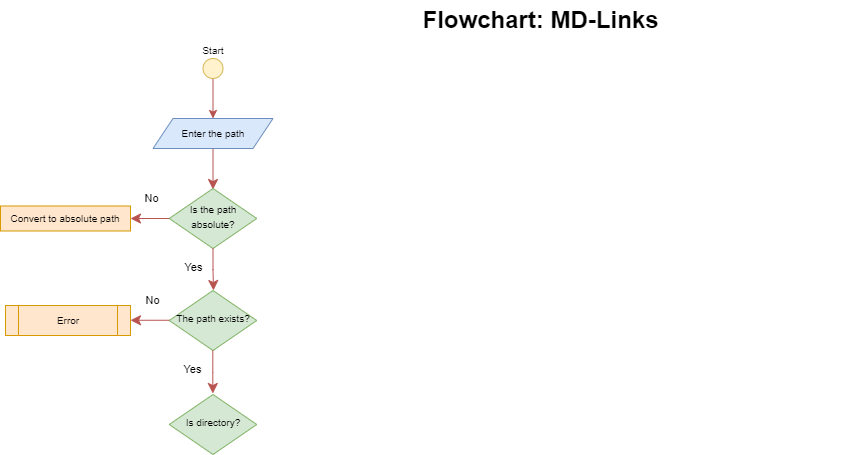
This is Diagrama_flujo_md-Links.drawio.png from arelia10/LIM017-md-links, a draw.io export, as it was before one commit. Source tidied: cells renumbered, new cells last; positions are measured from the earlier drawing's top-left corner, leaving out a move shared by most shapes.
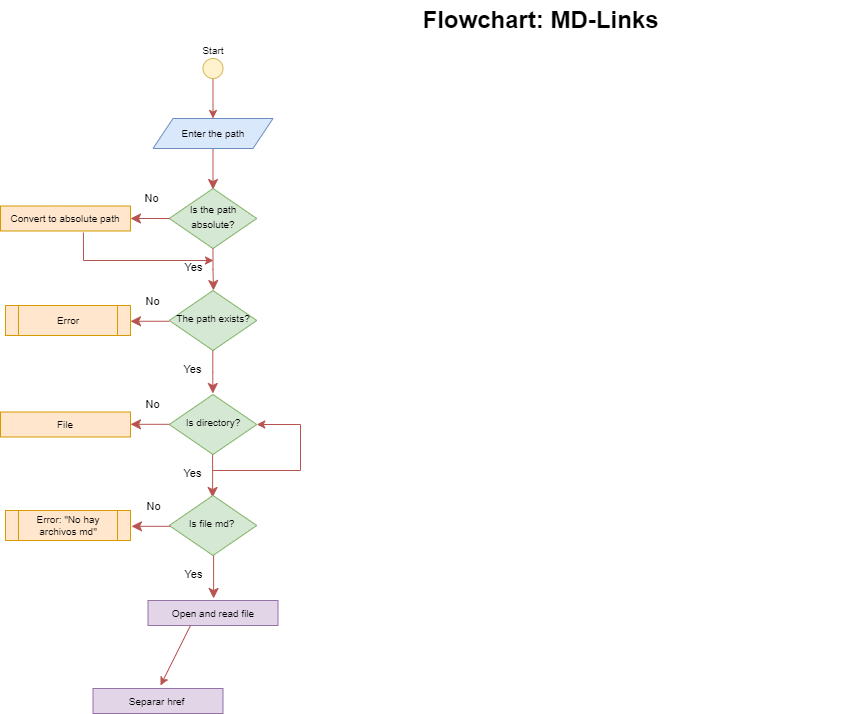
The same file after the commit.

The edit, as a diff of the source:
```diff
@@ -44,8 +44,8 @@
     </mxCell>
     <mxCell id="13" value="No" style="edgeStyle=orthogonalEdgeStyle;rounded=0;html=1;jettySize=auto;orthogonalLoop=1;fontSize=11;endArrow=classic;endFill=1;endSize=8;strokeWidth=1;shadow=0;labelBackgroundColor=none;fillColor=#f8cecc;strokeColor=#b85450;" parent="1" edge="1">
       <mxGeometry x="-0.11" y="-20" relative="1" as="geometry">
-        <mxPoint x="168.8" y="319.8" as="sourcePoint" />
-        <mxPoint x="130" y="319.8" as="targetPoint" />
+        <mxPoint x="168.8" y="320.8" as="sourcePoint" />
+        <mxPoint x="130" y="320.8" as="targetPoint" />
       </mxGeometry>
     </mxCell>
     <mxCell id="14" value="Error" style="shape=process;whiteSpace=wrap;html=1;backgroundOutline=1;fontSize=10;fillColor=#ffe6cc;strokeColor=#d79b00;" parent="1" vertex="1">
@@ -64,5 +64,75 @@
     <mxCell id="16" value="&lt;font style=&quot;font-size: 10px;&quot;&gt;Is directory?&lt;/font&gt;" style="rhombus;whiteSpace=wrap;html=1;shadow=0;fontFamily=Helvetica;fontSize=12;align=center;strokeWidth=1;spacing=6;spacingTop=-4;fillColor=#d5e8d4;strokeColor=#82b366;" parent="1" vertex="1">
       <mxGeometry x="168.8" y="394" width="87.5" height="60" as="geometry" />
     </mxCell>
+    <mxCell id="17" value="No" style="edgeStyle=orthogonalEdgeStyle;rounded=0;html=1;jettySize=auto;orthogonalLoop=1;fontSize=11;endArrow=classic;endFill=1;endSize=8;strokeWidth=1;shadow=0;labelBackgroundColor=none;fillColor=#f8cecc;strokeColor=#b85450;" parent="1" edge="1">
+      <mxGeometry x="-0.11" y="-20" relative="1" as="geometry">
+        <mxPoint x="168.8" y="423.8" as="sourcePoint" />
+        <mxPoint x="130" y="423.8" as="targetPoint" />
+      </mxGeometry>
+    </mxCell>
+    <mxCell id="18" style="endArrow=classic;html=1;rounded=0;fillColor=#f8cecc;strokeColor=#b85450;exitX=0.638;exitY=1.06;exitDx=0;exitDy=0;exitPerimeter=0;" parent="1" edge="1" source="10">
+      <mxGeometry relative="1" as="geometry">
+        <mxPoint x="213" y="260" as="targetPoint" />
+        <Array as="points">
+          <mxPoint x="83" y="260" />
+        </Array>
+      </mxGeometry>
+    </mxCell>
+    <mxCell id="19" value="Yes" style="edgeStyle=orthogonalEdgeStyle;rounded=0;html=1;jettySize=auto;orthogonalLoop=1;fontSize=11;endArrow=classic;endFill=1;endSize=8;strokeWidth=1;shadow=0;labelBackgroundColor=none;fillColor=#f8cecc;strokeColor=#b85450;" parent="1" edge="1">
+      <mxGeometry x="-0.11" y="-20" relative="1" as="geometry">
+        <mxPoint x="212.1" y="454" as="sourcePoint" />
+        <mxPoint x="212.1" y="497" as="targetPoint" />
+        <Array as="points">
+          <mxPoint x="212.1" y="476" />
+          <mxPoint x="212.1" y="476" />
+        </Array>
+      </mxGeometry>
+    </mxCell>
+    <mxCell id="20" value="&lt;font style=&quot;font-size: 10px;&quot;&gt;Is file md?&amp;nbsp;&lt;/font&gt;" style="rhombus;whiteSpace=wrap;html=1;shadow=0;fontFamily=Helvetica;fontSize=12;align=center;strokeWidth=1;spacing=6;spacingTop=-4;fillColor=#d5e8d4;strokeColor=#82b366;" parent="1" vertex="1">
+      <mxGeometry x="168.8" y="495" width="87.5" height="60" as="geometry" />
+    </mxCell>
+    <mxCell id="21" value="&lt;font style=&quot;font-size: 10px;&quot;&gt;File&lt;/font&gt;" style="rounded=0;whiteSpace=wrap;html=1;fillColor=#ffe6cc;strokeColor=#d79b00;" parent="1" vertex="1">
+      <mxGeometry y="411.5" width="130" height="25" as="geometry" />
+    </mxCell>
+    <mxCell id="22" style="endArrow=classic;html=1;rounded=0;fillColor=#f8cecc;strokeColor=#b85450;entryX=1;entryY=0.5;entryDx=0;entryDy=0;" parent="1" edge="1" target="16">
+      <mxGeometry relative="1" as="geometry">
+        <mxPoint x="212" y="470" as="sourcePoint" />
+        <Array as="points">
+          <mxPoint x="300" y="470" />
+          <mxPoint x="300" y="424" />
+        </Array>
+      </mxGeometry>
+    </mxCell>
+    <mxCell id="23" value="No" style="edgeStyle=orthogonalEdgeStyle;rounded=0;html=1;jettySize=auto;orthogonalLoop=1;fontSize=11;endArrow=classic;endFill=1;endSize=8;strokeWidth=1;shadow=0;labelBackgroundColor=none;fillColor=#f8cecc;strokeColor=#b85450;" parent="1" edge="1">
+      <mxGeometry x="-0.11" y="-20" relative="1" as="geometry">
+        <mxPoint x="169.7" y="525.8" as="sourcePoint" />
+        <mxPoint x="131" y="525.8" as="targetPoint" />
+      </mxGeometry>
+    </mxCell>
+    <mxCell id="24" value="Error: &quot;No hay archivos md&quot;" style="shape=process;whiteSpace=wrap;html=1;backgroundOutline=1;fontSize=10;fillColor=#ffe6cc;strokeColor=#d79b00;" parent="1" vertex="1">
+      <mxGeometry x="5" y="510" width="125" height="30" as="geometry" />
+    </mxCell>
+    <mxCell id="25" value="Yes" style="edgeStyle=orthogonalEdgeStyle;rounded=0;html=1;jettySize=auto;orthogonalLoop=1;fontSize=11;endArrow=classic;endFill=1;endSize=8;strokeWidth=1;shadow=0;labelBackgroundColor=none;fillColor=#f8cecc;strokeColor=#b85450;" parent="1" edge="1">
+      <mxGeometry x="-0.11" y="-20" relative="1" as="geometry">
+        <mxPoint x="213.1" y="555" as="sourcePoint" />
+        <mxPoint x="213.1" y="598" as="targetPoint" />
+        <Array as="points">
+          <mxPoint x="213.1" y="577" />
+          <mxPoint x="213.1" y="577" />
+        </Array>
+      </mxGeometry>
+    </mxCell>
+    <mxCell id="26" value="&lt;font style=&quot;font-size: 10px;&quot;&gt;Open and read file&lt;/font&gt;" style="rounded=0;whiteSpace=wrap;html=1;fillColor=#e1d5e7;strokeColor=#9673a6;" parent="1" vertex="1">
+      <mxGeometry x="147.5" y="600" width="130" height="25" as="geometry" />
+    </mxCell>
+    <mxCell id="27" style="endArrow=classic;html=1;rounded=0;fillColor=#f8cecc;strokeColor=#b85450;" parent="1" edge="1">
+      <mxGeometry relative="1" as="geometry">
+        <mxPoint x="190" y="625" as="sourcePoint" />
+        <mxPoint x="160" y="685" as="targetPoint" />
+      </mxGeometry>
+    </mxCell>
+    <mxCell id="28" value="&lt;font style=&quot;font-size: 10px;&quot;&gt;Separar href&amp;nbsp;&lt;/font&gt;" style="rounded=0;whiteSpace=wrap;html=1;fillColor=#e1d5e7;strokeColor=#9673a6;" parent="1" vertex="1">
+      <mxGeometry x="92.5" y="688" width="130" height="25" as="geometry" />
+    </mxCell>
   </root>
 </mxGraphModel>
```
